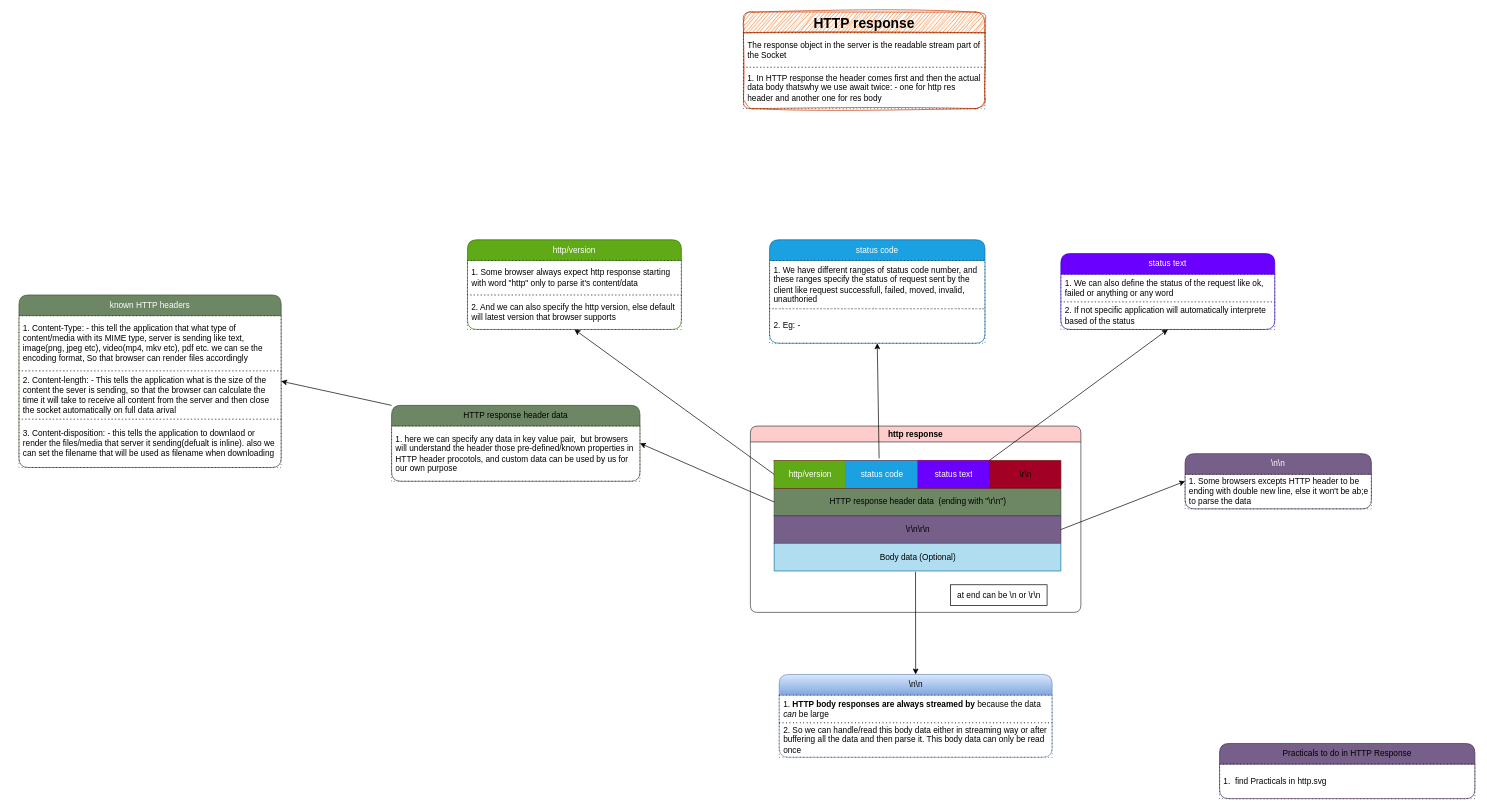
knkrn5/Programming-Concepts keeps this draw.io diagram as computer-networking/protocols/hypertext-transfer-protocol/http-res/httpres.dio. Above is the earlier version. Source tidied: cells renumbered, new cells numbered last; positions are measured from the earlier drawing's top-left corner, leaving out a move shared by most shapes. Both pictures are drawn from the tidied source at 69%, with x=0, y=0 at pixel (19, 12).
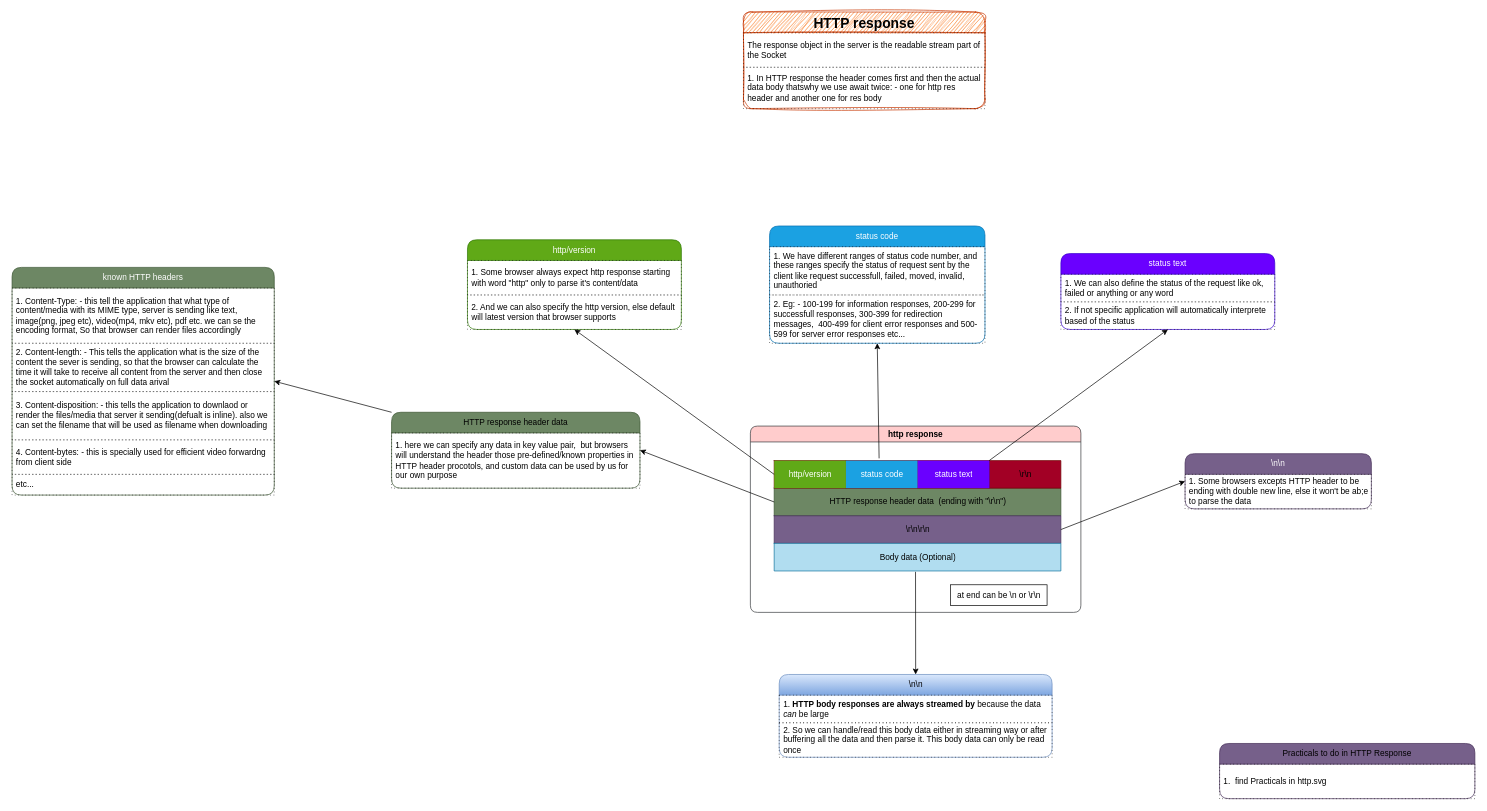
Above is the later version.

The edit, as a diff of the source:
```diff
@@
     <mxCell id="23" value="&lt;span&gt;&lt;font style=&quot;color: light-dark(rgb(0, 0, 0), rgb(0, 0, 0));&quot;&gt;HTTP response header data&lt;/font&gt;&lt;/span&gt;" style="swimlane;fontStyle=0;horizontal=1;startSize=30;whiteSpace=wrap;html=1;rounded=1;fillColor=#6d8764;fontColor=#ffffff;strokeColor=#3A5431;" parent="1" vertex="1">
-      <mxGeometry x="540" y="570" width="360" height="110" as="geometry" />
+      <mxGeometry x="540" y="580" width="360" height="110" as="geometry" />
     </mxCell>
@@
     <mxCell id="25" value="known HTTP headers" style="swimlane;fontStyle=0;horizontal=1;startSize=30;whiteSpace=wrap;html=1;rounded=1;fillColor=#6d8764;fontColor=#ffffff;strokeColor=#3A5431;" parent="1" vertex="1">
-      <mxGeometry y="410" width="380" height="250" as="geometry" />
+      <mxGeometry x="-10" y="370" width="380" height="330" as="geometry" />
     </mxCell>
@@
+    <mxCell id="51" value="4. Content-bytes: - this is specially used for efficient video forwardng from client side" style="text;strokeColor=default;fillColor=none;align=left;verticalAlign=middle;spacingLeft=4;spacingRight=4;overflow=hidden;whiteSpace=wrap;html=1;dashed=1;dashPattern=1 4;" parent="25" vertex="1">
+      <mxGeometry y="250" width="380" height="50" as="geometry" />
+    </mxCell>
+    <mxCell id="52" value="etc..." style="text;strokeColor=default;fillColor=none;align=left;verticalAlign=middle;spacingLeft=4;spacingRight=4;overflow=hidden;whiteSpace=wrap;html=1;dashed=1;dashPattern=1 4;" parent="25" vertex="1">
+      <mxGeometry y="300" width="380" height="30" as="geometry" />
+    </mxCell>
     <mxCell id="29" value="status code" style="swimlane;fontStyle=0;horizontal=1;startSize=30;whiteSpace=wrap;html=1;rounded=1;fillColor=#1ba1e2;fontColor=#ffffff;strokeColor=#006EAF;" parent="1" vertex="1">
-      <mxGeometry x="1087.8" y="330" width="312.2" height="150" as="geometry" />
+      <mxGeometry x="1087.8" y="310" width="312.2" height="170" as="geometry" />
     </mxCell>
@@
-    <mxCell id="31" value="2. Eg: -" style="text;strokeColor=default;fillColor=none;align=left;verticalAlign=middle;spacingLeft=4;spacingRight=4;overflow=hidden;whiteSpace=wrap;html=1;dashed=1;dashPattern=1 4;" parent="29" vertex="1">
-      <mxGeometry y="100" width="312.2" height="50" as="geometry" />
+    <mxCell id="31" value="2. Eg: - 100-199 for information responses, 200-299 for successfull responses, 300-399 for redirection messages,&amp;nbsp; 400-499 for client error responses and 500-599 for server error responses etc..." style="text;strokeColor=default;fillColor=none;align=left;verticalAlign=middle;spacingLeft=4;spacingRight=4;overflow=hidden;whiteSpace=wrap;html=1;dashed=1;dashPattern=1 4;" parent="29" vertex="1">
+      <mxGeometry y="100" width="312.2" height="70" as="geometry" />
     </mxCell>
```
